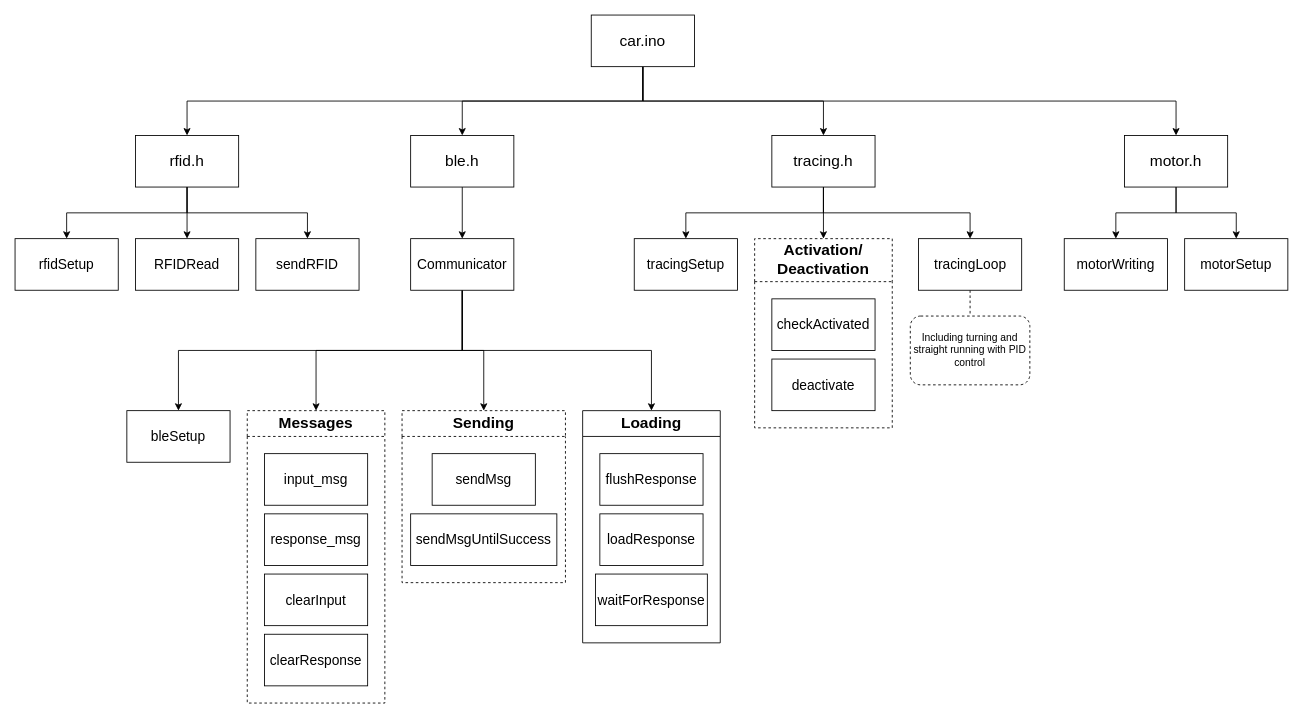
The draw.io diagram diagrams/carcar_architecture_arduino.drawio in yeeeeeeting/CarcarCodes, before the edit. Source tidied: cells renumbered, new cells numbered last; positions are measured from the earlier drawing's top-left corner, leaving out a move shared by most shapes. Both pictures are drawn from the tidied source at 86%, with x=0, y=0 at pixel (15, 15).
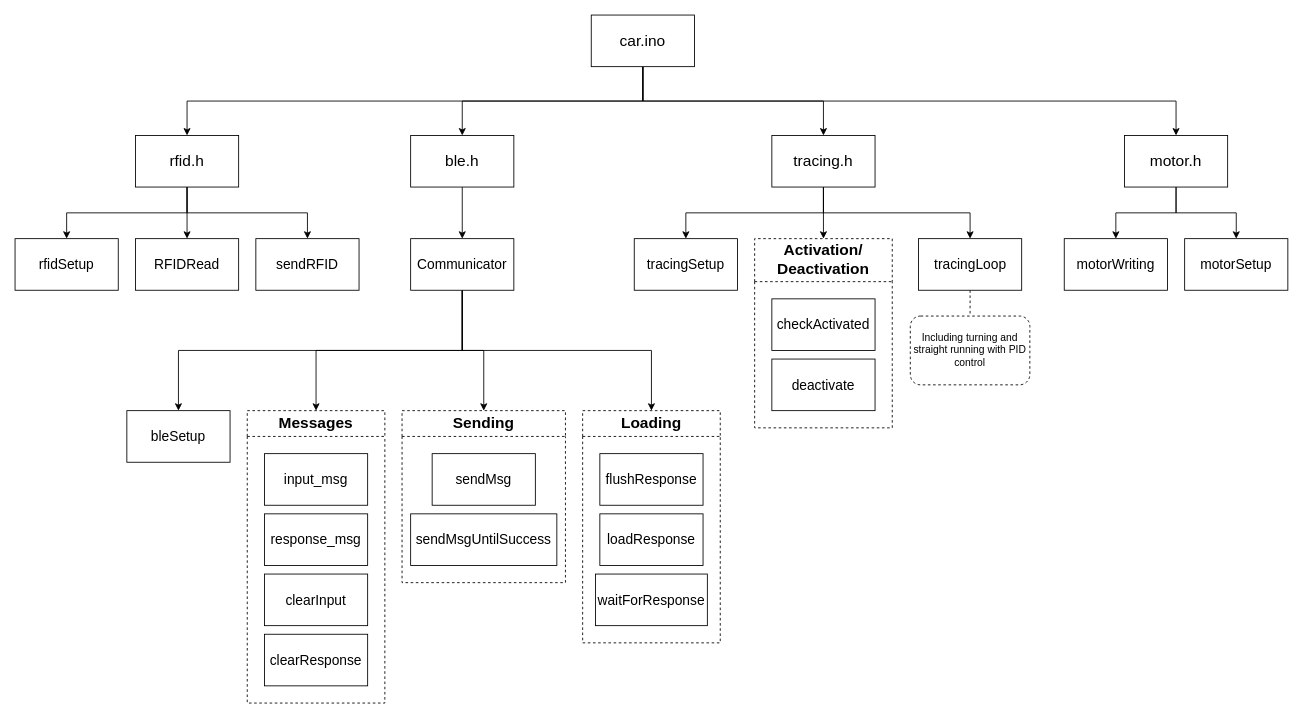
Above is the later version.

Diff of the diagram source:
```diff
@@
-    <mxCell id="34" value="&lt;font style=&quot;font-size: 18px;&quot;&gt;Loading&lt;/font&gt;" style="swimlane;whiteSpace=wrap;html=1;startSize=30;" parent="1" vertex="1">
+    <mxCell id="34" value="&lt;font style=&quot;font-size: 18px;&quot;&gt;Loading&lt;/font&gt;" style="swimlane;whiteSpace=wrap;html=1;startSize=30;dashed=1;" parent="1" vertex="1">
       <mxGeometry x="660" y="460" width="160" height="270" as="geometry" />
     </mxCell>
```
